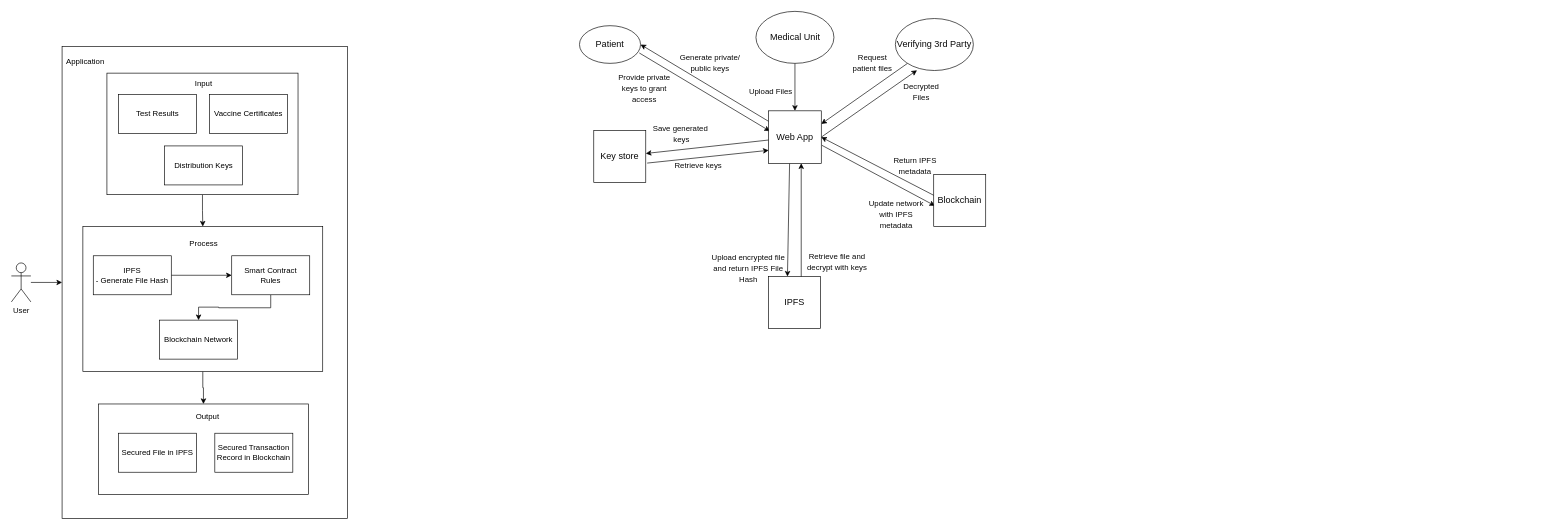
Earlier version of the draw.io diagram jeng/diagrams/conceptual framework.drawio (jengfad/capstone). Source tidied: cells renumbered, new cells numbered last; positions are measured from the earlier drawing's top-left corner, leaving out a move shared by most shapes. Both pictures are drawn from the tidied source at 65%, with x=0, y=0 at pixel (11, 11).
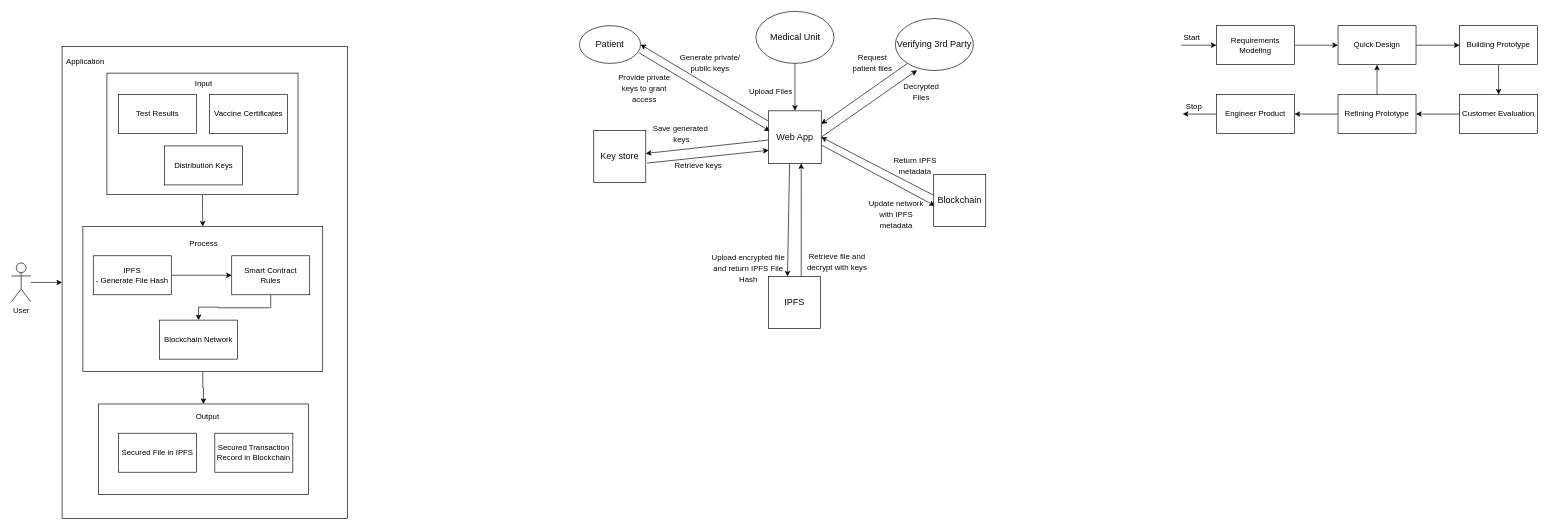
The same page after the edit.

Commit message (it also covers changes not shown here):
jeng - updated chapter 3

Change to the diagram source:
```diff
@@
+    <mxCell id="55" style="edgeStyle=orthogonalEdgeStyle;rounded=0;jettySize=auto;html=1;startArrow=none;startFill=0;endArrow=classic;endFill=1;" parent="1" edge="1" source="56" target="58">
+      <mxGeometry relative="1" as="geometry" />
+    </mxCell>
+    <mxCell id="56" value="Requirements Modeling" style="rounded=0;whiteSpace=wrap;html=1;" parent="1" vertex="1">
+      <mxGeometry x="1854" y="22" width="120" height="60" as="geometry" />
+    </mxCell>
+    <mxCell id="57" style="edgeStyle=orthogonalEdgeStyle;rounded=0;jettySize=auto;html=1;entryX=0;entryY=0.5;entryDx=0;entryDy=0;startArrow=none;startFill=0;endArrow=classic;endFill=1;" parent="1" edge="1" source="58" target="60">
+      <mxGeometry relative="1" as="geometry" />
+    </mxCell>
+    <mxCell id="58" value="Quick Design" style="rounded=0;whiteSpace=wrap;html=1;" parent="1" vertex="1">
+      <mxGeometry x="2041" y="22" width="120" height="60" as="geometry" />
+    </mxCell>
+    <mxCell id="59" style="edgeStyle=orthogonalEdgeStyle;rounded=0;jettySize=auto;html=1;entryX=0.5;entryY=0;entryDx=0;entryDy=0;startArrow=none;startFill=0;endArrow=classic;endFill=1;" parent="1" edge="1" source="60" target="62">
+      <mxGeometry relative="1" as="geometry" />
+    </mxCell>
+    <mxCell id="60" value="Building Prototype" style="rounded=0;whiteSpace=wrap;html=1;" parent="1" vertex="1">
+      <mxGeometry x="2228" y="22" width="120" height="60" as="geometry" />
+    </mxCell>
+    <mxCell id="61" style="edgeStyle=orthogonalEdgeStyle;rounded=0;jettySize=auto;html=1;entryX=1;entryY=0.5;entryDx=0;entryDy=0;startArrow=none;startFill=0;endArrow=classic;endFill=1;" parent="1" edge="1" source="62" target="65">
+      <mxGeometry relative="1" as="geometry" />
+    </mxCell>
+    <mxCell id="62" value="Customer Evaluation" style="rounded=0;whiteSpace=wrap;html=1;" parent="1" vertex="1">
+      <mxGeometry x="2228" y="128" width="120" height="60" as="geometry" />
+    </mxCell>
+    <mxCell id="63" style="edgeStyle=orthogonalEdgeStyle;rounded=0;jettySize=auto;html=1;entryX=1;entryY=0.5;entryDx=0;entryDy=0;startArrow=none;startFill=0;endArrow=classic;endFill=1;" parent="1" edge="1" source="65" target="66">
+      <mxGeometry relative="1" as="geometry" />
+    </mxCell>
+    <mxCell id="64" style="edgeStyle=orthogonalEdgeStyle;rounded=0;jettySize=auto;html=1;startArrow=none;startFill=0;endArrow=classic;endFill=1;" parent="1" edge="1" source="65" target="58">
+      <mxGeometry relative="1" as="geometry" />
+    </mxCell>
+    <mxCell id="65" value="Refining Prototype" style="rounded=0;whiteSpace=wrap;html=1;" parent="1" vertex="1">
+      <mxGeometry x="2041" y="128" width="120" height="60" as="geometry" />
+    </mxCell>
+    <mxCell id="66" value="Engineer Product" style="rounded=0;whiteSpace=wrap;html=1;" parent="1" vertex="1">
+      <mxGeometry x="1854" y="128" width="120" height="60" as="geometry" />
+    </mxCell>
+    <mxCell id="67" style="endArrow=none;html=1;exitX=0;exitY=0.5;exitDx=0;exitDy=0;endFill=0;startArrow=classic;startFill=1;" parent="1" edge="1" source="56">
+      <mxGeometry relative="1" as="geometry">
+        <mxPoint x="1800" y="52" as="targetPoint" />
+      </mxGeometry>
+    </mxCell>
+    <mxCell id="68" style="endArrow=none;html=1;endFill=0;startArrow=classic;startFill=1;entryX=0;entryY=0.5;entryDx=0;entryDy=0;" parent="1" edge="1" target="66">
+      <mxGeometry relative="1" as="geometry">
+        <mxPoint x="1802" y="158" as="sourcePoint" />
+      </mxGeometry>
+    </mxCell>
+    <mxCell id="69" value="Start" style="text;html=1;align=center;verticalAlign=middle;strokeColor=none;" parent="1" vertex="1">
+      <mxGeometry x="1798" y="31" width="36" height="18" as="geometry" />
+    </mxCell>
+    <mxCell id="70" value="Stop" style="text;html=1;align=center;verticalAlign=middle;strokeColor=none;" parent="1" vertex="1">
+      <mxGeometry x="1801" y="138" width="35" height="18" as="geometry" />
+    </mxCell>
```
